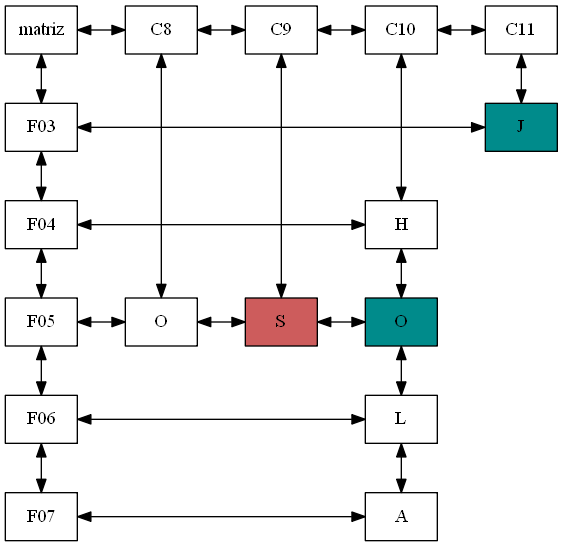
The Graphviz diagram Reportes/Matriz.png in hr9457/EDD_1S2020_PY1_201314296, before a commit. Its source is kept beside it as ArchivosDot/Matriz.dot.
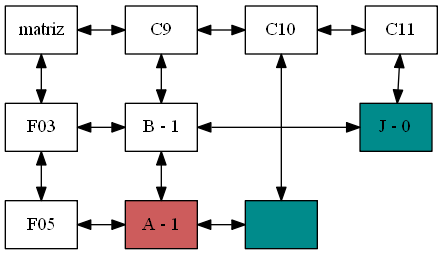
Above is the later version.

Commit message:
principio del metodo eliminacion matriz

What changed in the source:
```diff
@@ -2,43 +2,29 @@
 graph [ranksep="0.5", nodesep="0.5"];
 node [shape=record];
 matriz[group = columna];
-C80[group =0,label="C8"];
-C90[group =1,label="C9"];
-C100[group =2,label="C10"];
-C110[group =3,label="C11"];
-C80->C90->C100->C110[dir=both];
-{rank = same; matriz;C80;C90;C100;C110}
-matriz->C80[dir=both];
+C90[group =3,label="C9"];
+C100[group =4,label="C10"];
+C110[group =5,label="C11"];
+C90->C100->C110[dir=both];
+{rank = same; matriz;C90;C100;C110}
+matriz->C90[dir=both];
 
 F03[group = columna];
-F04[group = columna];
 F05[group = columna];
-F06[group = columna];
-F07[group = columna];
-F03->F04->F05->F06->F07[dir=both];
+F03->F05[dir=both];
 matriz->F03[dir=both];
 
-F03->nodo113J[dir=both];
-{rank = same; F03;nodo113J;}
-F04->nodo104H[dir=both];
-{rank = same; F04;nodo104H;}
-F05->nodo85O->nodo95S->nodo105O[dir=both];
-{rank = same; F05;nodo85O;nodo95S;nodo105O;}
-F06->nodo106L[dir=both];
-{rank = same; F06;nodo106L;}
-F07->nodo107A[dir=both];
-{rank = same; F07;nodo107A;}
+F03->nodo93B->nodo113J[dir=both];
+{rank = same; F03;nodo93B;nodo113J;}
+F05->nodo95A->nodo1050[dir=both];
+{rank = same; F05;nodo95A;nodo1050;}
 
-nodo85O[group =0,label="O"];
-C80->nodo85O[dir=both];
-nodo95S[group =1,label="S",style=filled,fillcolor="Indianred"];
-C90->nodo95S[dir=both];
-nodo104H[group =2,label="H"];
-nodo105O[group =2,label="O",style=filled,fillcolor="cyan4"];
-nodo106L[group =2,label="L"];
-nodo107A[group =2,label="A"];
-C100->nodo104H->nodo105O->nodo106L->nodo107A[dir=both];
-nodo113J[group =3,label="J",style=filled,fillcolor="cyan4"];
+nodo93B[group =0,label="B - 1"];
+nodo95A[group =0,label="A - 1",style=filled,fillcolor="Indianred"];
+C90->nodo93B->nodo95A[dir=both];
+nodo1050[group =1,label="",style=filled,fillcolor="cyan4"];
+C100->nodo1050[dir=both];
+nodo113J[group =2,label="J - 0",style=filled,fillcolor="cyan4"];
 C110->nodo113J[dir=both];
 
 }
```
